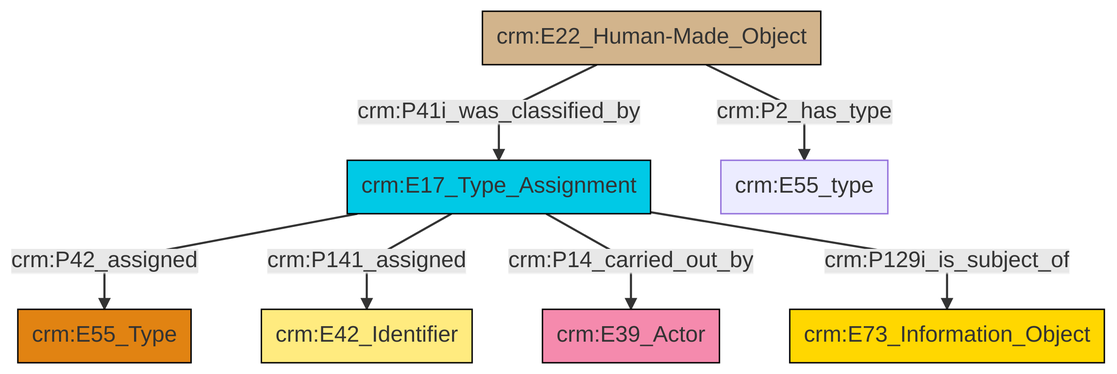
Earlier version of the Mermaid export et/builtWorkCSV/ttl/mmd/png/Built_Work_designation_status.png (swiss-art-research-net/docs.swissartresearch). Its source is kept beside it as et/builtWorkCSV/ttl/mmd/Built_Work_designation_status.ttl.mmd.
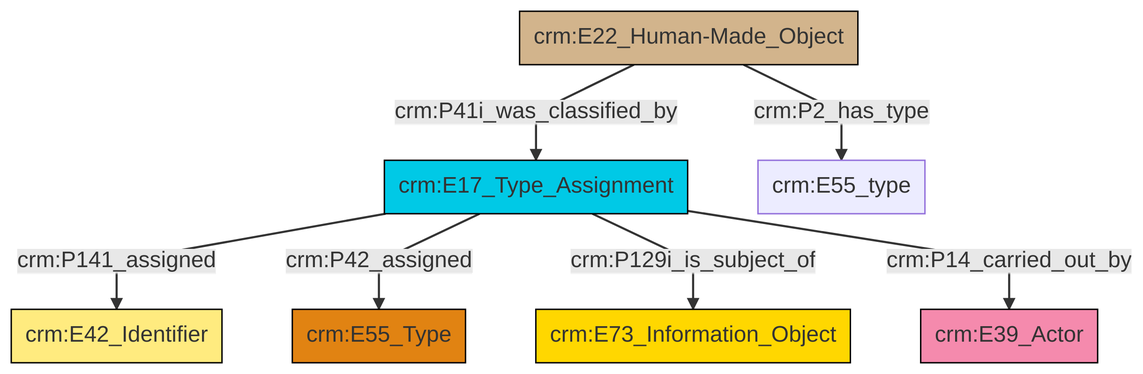
Later version of the same file.

What changed in the source:
```diff
@@ -13,9 +13,9 @@
 classDef PC_Classes fill:#4ce600, stroke:#000000;
 classDef Multi fill:#cccccc,stroke:#000000;
 
-0["crm:E17_Type_Assignment"]:::Temporal_Entity -->|crm:P42_assigned| 1["crm:E55_Type"]:::Type
-2["crm:E22_Human-Made_Object"]:::Physical_Thing -->|crm:P2_has_type| 3["crm:E55_type"]:::Default
-0["crm:E17_Type_Assignment"]:::Temporal_Entity -->|crm:P141_assigned| 6["crm:E42_Identifier"]:::Appellation
-2["crm:E22_Human-Made_Object"]:::Physical_Thing -->|crm:P41i_was_classified_by| 0["crm:E17_Type_Assignment"]:::Temporal_Entity
+0["crm:E17_Type_Assignment"]:::Temporal_Entity -->|crm:P141_assigned| 1["crm:E42_Identifier"]:::Appellation
+0["crm:E17_Type_Assignment"]:::Temporal_Entity -->|crm:P42_assigned| 2["crm:E55_Type"]:::Type
+6["crm:E22_Human-Made_Object"]:::Physical_Thing -->|crm:P2_has_type| 10["crm:E55_type"]:::Default
+0["crm:E17_Type_Assignment"]:::Temporal_Entity -->|crm:P129i_is_subject_of| 3["crm:E73_Information_Object"]:::Conceptual_Object
 0["crm:E17_Type_Assignment"]:::Temporal_Entity -->|crm:P14_carried_out_by| 11["crm:E39_Actor"]:::Actor
-0["crm:E17_Type_Assignment"]:::Temporal_Entity -->|crm:P129i_is_subject_of| 13["crm:E73_Information_Object"]:::Conceptual_Object
+6["crm:E22_Human-Made_Object"]:::Physical_Thing -->|crm:P41i_was_classified_by| 0["crm:E17_Type_Assignment"]:::Temporal_Entity
```
